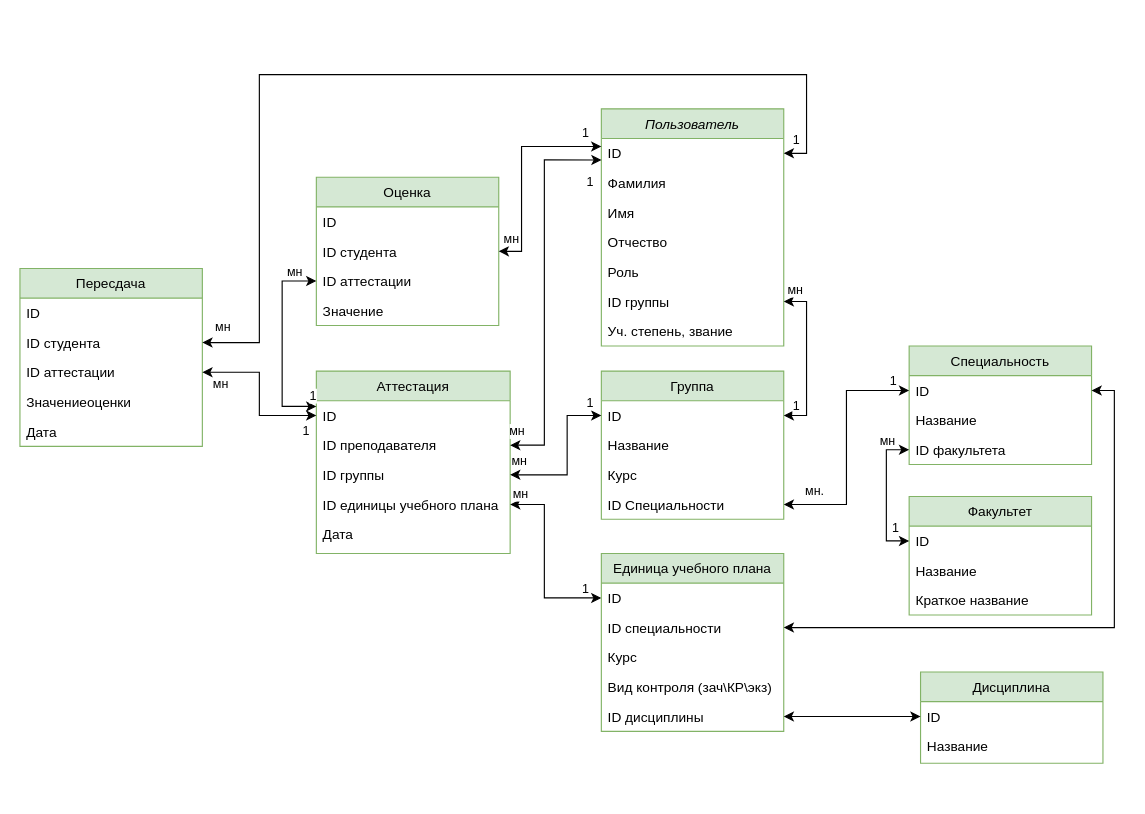
Zemchonak/students-desktop-app keeps this draw.io diagram as page "ER" (1 of 2) of диаграмма.drawio. Above is the earlier version. Source tidied: cells renumbered, new cells numbered last; positions are measured from the earlier drawing's top-left corner, leaving out a move shared by most shapes. Both pictures are drawn from the tidied source at 114%, with x=0, y=0 at pixel (19, 74).
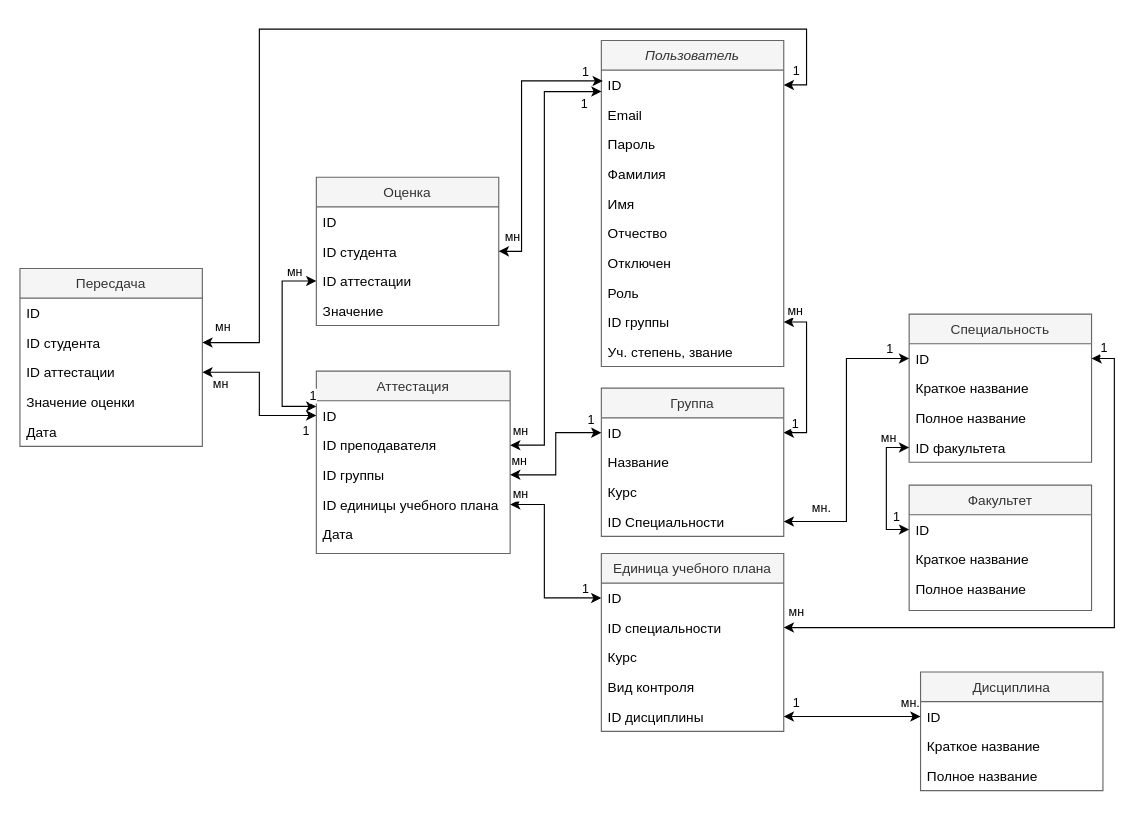
Above is the later version.

Unchanged cells that the change refers to:
```xml
<mxCell id="3" value="ID" style="text;align=left;verticalAlign=top;spacingLeft=4;spacingRight=4;overflow=hidden;points=[[0,0.5],[1,0.5]];portConstraint=eastwest;" parent="2" vertex="1">
  <mxGeometry y="26" width="160" height="26" as="geometry" />
</mxCell>
<mxCell id="11" value="ID" style="text;align=left;verticalAlign=top;spacingLeft=4;spacingRight=4;overflow=hidden;points=[[0,0.5],[1,0.5]];portConstraint=eastwest;" parent="10" vertex="1">
  <mxGeometry y="26" width="160" height="26" as="geometry" />
</mxCell>
<mxCell id="17" value="ID студента" style="text;align=left;verticalAlign=top;spacingLeft=4;spacingRight=4;overflow=hidden;points=[[0,0.5],[1,0.5]];portConstraint=eastwest;" parent="15" vertex="1">
  <mxGeometry y="52" width="160" height="26" as="geometry" />
</mxCell>
<mxCell id="25" value="ID преподавателя" style="text;align=left;verticalAlign=top;spacingLeft=4;spacingRight=4;overflow=hidden;points=[[0,0.5],[1,0.5]];portConstraint=eastwest;" parent="23" vertex="1">
  <mxGeometry y="52" width="170" height="26" as="geometry" />
</mxCell>
<mxCell id="26" value="ID группы" style="text;align=left;verticalAlign=top;spacingLeft=4;spacingRight=4;overflow=hidden;points=[[0,0.5],[1,0.5]];portConstraint=eastwest;" parent="23" vertex="1">
  <mxGeometry y="78" width="170" height="26" as="geometry" />
</mxCell>
<mxCell id="64" style="edgeStyle=orthogonalEdgeStyle;rounded=0;jettySize=auto;html=1;exitX=1;exitY=0.5;exitDx=0;exitDy=0;startArrow=classic;startFill=1;entryX=1;entryY=0.5;entryDx=0;entryDy=0;" parent="1" edge="1" source="45" target="54">
  <mxGeometry relative="1" as="geometry" />
</mxCell>
<mxCell id="65" style="edgeStyle=orthogonalEdgeStyle;rounded=0;jettySize=auto;html=1;exitX=0;exitY=0.5;exitDx=0;exitDy=0;startArrow=classic;startFill=1;" parent="1" edge="1" source="21" target="57">
  <mxGeometry relative="1" as="geometry" />
</mxCell>
<mxCell id="71" value="ID студента" style="text;align=left;verticalAlign=top;spacingLeft=4;spacingRight=4;overflow=hidden;points=[[0,0.5],[1,0.5]];portConstraint=eastwest;" parent="69" vertex="1">
  <mxGeometry y="52" width="160" height="26" as="geometry" />
</mxCell>
```

Change to the diagram source:
```diff
@@
-    <mxCell id="2" value="Пользователь" style="swimlane;fontStyle=2;align=center;verticalAlign=top;horizontal=1;startSize=26;rounded=0;shadow=0;strokeWidth=1;fillColor=#d5e8d4;strokeColor=#82b366;" parent="1" vertex="1">
-      <mxGeometry x="510" y="30" width="160" height="208" as="geometry" />
+    <mxCell id="2" value="Пользователь" style="swimlane;fontStyle=2;align=center;verticalAlign=top;horizontal=1;startSize=26;rounded=0;shadow=0;strokeWidth=1;fillColor=#f5f5f5;strokeColor=#666666;fontColor=#333333;" parent="1" vertex="1">
+      <mxGeometry x="510" y="-30" width="160" height="286" as="geometry" />
     </mxCell>
@@
-    <mxCell id="4" value="Фамилия " style="text;align=left;verticalAlign=top;spacingLeft=4;spacingRight=4;overflow=hidden;" parent="2" vertex="1">
+    <mxCell id="4" value="Email" style="text;align=left;verticalAlign=top;spacingLeft=4;spacingRight=4;overflow=hidden;" parent="2" vertex="1">
       <mxGeometry y="52" width="160" height="26" as="geometry" />
     </mxCell>
+    <mxCell id="81" value="Пароль" style="text;align=left;verticalAlign=top;spacingLeft=4;spacingRight=4;overflow=hidden;" parent="2" vertex="1">
+      <mxGeometry y="78" width="160" height="26" as="geometry" />
+    </mxCell>
+    <mxCell id="82" value="Фамилия " style="text;align=left;verticalAlign=top;spacingLeft=4;spacingRight=4;overflow=hidden;" parent="2" vertex="1">
+      <mxGeometry y="104" width="160" height="26" as="geometry" />
+    </mxCell>
     <mxCell id="5" value="Имя" style="text;align=left;verticalAlign=top;spacingLeft=4;spacingRight=4;overflow=hidden;rounded=0;shadow=0;html=0;" parent="2" vertex="1">
-      <mxGeometry y="78" width="160" height="26" as="geometry" />
+      <mxGeometry y="130" width="160" height="26" as="geometry" />
     </mxCell>
     <mxCell id="6" value="Отчество" style="text;align=left;verticalAlign=top;spacingLeft=4;spacingRight=4;overflow=hidden;rounded=0;shadow=0;html=0;" parent="2" vertex="1">
-      <mxGeometry y="104" width="160" height="26" as="geometry" />
+      <mxGeometry y="156" width="160" height="26" as="geometry" />
     </mxCell>
+    <mxCell id="83" value="Отключен" style="text;align=left;verticalAlign=top;spacingLeft=4;spacingRight=4;overflow=hidden;rounded=0;shadow=0;html=0;" parent="2" vertex="1">
+      <mxGeometry y="182" width="160" height="26" as="geometry" />
+    </mxCell>
     <mxCell id="7" value="Роль" style="text;align=left;verticalAlign=top;spacingLeft=4;spacingRight=4;overflow=hidden;rounded=0;shadow=0;html=0;" parent="2" vertex="1">
-      <mxGeometry y="130" width="160" height="26" as="geometry" />
+      <mxGeometry y="208" width="160" height="26" as="geometry" />
     </mxCell>
     <mxCell id="8" value="ID группы" style="text;align=left;verticalAlign=top;spacingLeft=4;spacingRight=4;overflow=hidden;points=[[0,0.5],[1,0.5]];portConstraint=eastwest;" parent="2" vertex="1">
-      <mxGeometry y="156" width="160" height="26" as="geometry" />
+      <mxGeometry y="234" width="160" height="26" as="geometry" />
     </mxCell>
     <mxCell id="9" value="Уч. степень, звание" style="text;align=left;verticalAlign=top;spacingLeft=4;spacingRight=4;overflow=hidden;rounded=0;shadow=0;html=0;" parent="2" vertex="1">
-      <mxGeometry y="182" width="160" height="26" as="geometry" />
+      <mxGeometry y="260" width="160" height="26" as="geometry" />
     </mxCell>
-    <mxCell id="10" value="Группа" style="swimlane;fontStyle=0;align=center;verticalAlign=top;horizontal=1;startSize=26;rounded=0;shadow=0;strokeWidth=1;fillColor=#d5e8d4;strokeColor=#82b366;" parent="1" vertex="1">
-      <mxGeometry x="510" y="260" width="160" height="130" as="geometry" />
+    <mxCell id="10" value="Группа" style="swimlane;fontStyle=0;align=center;verticalAlign=top;horizontal=1;startSize=26;rounded=0;shadow=0;strokeWidth=1;fillColor=#f5f5f5;strokeColor=#666666;fontColor=#333333;" parent="1" vertex="1">
+      <mxGeometry x="510" y="275" width="160" height="130" as="geometry" />
     </mxCell>
@@
-    <mxCell id="15" value="Оценка" style="swimlane;fontStyle=0;align=center;verticalAlign=top;horizontal=1;startSize=26;rounded=0;shadow=0;strokeWidth=1;fillColor=#d5e8d4;strokeColor=#82b366;" parent="1" vertex="1">
+    <mxCell id="15" value="Оценка" style="swimlane;fontStyle=0;align=center;verticalAlign=top;horizontal=1;startSize=26;rounded=0;shadow=0;strokeWidth=1;fillColor=#f5f5f5;strokeColor=#666666;fontColor=#333333;" parent="1" vertex="1">
       <mxGeometry x="260" y="90" width="160" height="130" as="geometry" />
     </mxCell>
@@
-    <mxCell id="20" value="Дисциплина" style="swimlane;fontStyle=0;align=center;verticalAlign=top;horizontal=1;startSize=26;rounded=0;shadow=0;strokeWidth=1;fillColor=#d5e8d4;strokeColor=#82b366;" parent="1" vertex="1">
-      <mxGeometry x="790" y="524" width="160" height="80" as="geometry" />
+    <mxCell id="20" value="Дисциплина" style="swimlane;fontStyle=0;align=center;verticalAlign=top;horizontal=1;startSize=26;rounded=0;shadow=0;strokeWidth=1;fillColor=#f5f5f5;strokeColor=#666666;fontColor=#333333;" parent="1" vertex="1">
+      <mxGeometry x="790" y="524" width="160" height="104" as="geometry" />
     </mxCell>
@@
-    <mxCell id="22" value="Название" style="text;align=left;verticalAlign=top;spacingLeft=4;spacingRight=4;overflow=hidden;" parent="20" vertex="1">
+    <mxCell id="22" value="Краткое название" style="text;align=left;verticalAlign=top;spacingLeft=4;spacingRight=4;overflow=hidden;" parent="20" vertex="1">
       <mxGeometry y="52" width="160" height="26" as="geometry" />
     </mxCell>
+    <mxCell id="84" value="Полное название" style="text;align=left;verticalAlign=top;spacingLeft=4;spacingRight=4;overflow=hidden;" parent="20" vertex="1">
+      <mxGeometry y="78" width="160" height="26" as="geometry" />
+    </mxCell>
-    <mxCell id="23" value="Аттестация" style="swimlane;fontStyle=0;align=center;verticalAlign=top;horizontal=1;startSize=26;rounded=0;shadow=0;strokeWidth=1;fillColor=#d5e8d4;strokeColor=#82b366;" parent="1" vertex="1">
+    <mxCell id="23" value="Аттестация" style="swimlane;fontStyle=0;align=center;verticalAlign=top;horizontal=1;startSize=26;rounded=0;shadow=0;strokeWidth=1;fillColor=#f5f5f5;strokeColor=#666666;fontColor=#333333;" parent="1" vertex="1">
       <mxGeometry x="260" y="260" width="170" height="160" as="geometry" />
     </mxCell>
@@
     <mxCell id="35" style="edgeStyle=orthogonalEdgeStyle;rounded=0;jettySize=auto;html=1;exitX=1;exitY=0.5;exitDx=0;exitDy=0;entryX=0;entryY=0.5;entryDx=0;entryDy=0;startArrow=classic;startFill=1;" parent="1" edge="1" source="26" target="11">
-      <mxGeometry x="-0.14" y="-35" relative="1" as="geometry">
-        <Array as="points">
-          <mxPoint x="480" y="351" />
-          <mxPoint x="480" y="299" />
-        </Array>
-      </mxGeometry>
+      <mxGeometry relative="1" as="geometry" />
     </mxCell>
@@
     <mxCell id="41" style="edgeStyle=orthogonalEdgeStyle;rounded=0;jettySize=auto;html=1;exitX=1;exitY=0.5;exitDx=0;exitDy=0;startArrow=classic;startFill=1;entryX=0.001;entryY=0.724;entryDx=0;entryDy=0;entryPerimeter=0;" parent="1" edge="1" source="25" target="3">
       <mxGeometry relative="1" as="geometry">
         <Array as="points">
           <mxPoint x="460" y="325" />
-          <mxPoint x="460" y="75" />
+          <mxPoint x="460" y="15" />
+          <mxPoint x="510" y="15" />
         </Array>
       </mxGeometry>
     </mxCell>
@@
     <mxCell id="43" value="1" style="edgeLabel;html=1;align=center;verticalAlign=middle;" parent="41" vertex="1">
       <mxGeometry x="0.94" y="-1" relative="1" as="geometry">
-        <mxPoint y="18" as="offset" />
+        <mxPoint x="-4" y="10" as="offset" />
       </mxGeometry>
     </mxCell>
-    <mxCell id="44" value="Специальность" style="swimlane;fontStyle=0;align=center;verticalAlign=top;horizontal=1;startSize=26;rounded=0;shadow=0;strokeWidth=1;fillColor=#d5e8d4;strokeColor=#82b366;" parent="1" vertex="1">
-      <mxGeometry x="780" y="238" width="160" height="104" as="geometry" />
+    <mxCell id="44" value="Специальность" style="swimlane;fontStyle=0;align=center;verticalAlign=top;horizontal=1;startSize=26;rounded=0;shadow=0;strokeWidth=1;fillColor=#f5f5f5;strokeColor=#666666;fontColor=#333333;" parent="1" vertex="1">
+      <mxGeometry x="780" y="210" width="160" height="130" as="geometry" />
     </mxCell>
@@
-    <mxCell id="46" value="Название" style="text;align=left;verticalAlign=top;spacingLeft=4;spacingRight=4;overflow=hidden;" parent="44" vertex="1">
+    <mxCell id="46" value="Краткое название" style="text;align=left;verticalAlign=top;spacingLeft=4;spacingRight=4;overflow=hidden;" parent="44" vertex="1">
       <mxGeometry y="52" width="160" height="26" as="geometry" />
     </mxCell>
+    <mxCell id="85" value="Полное название" style="text;align=left;verticalAlign=top;spacingLeft=4;spacingRight=4;overflow=hidden;" parent="44" vertex="1">
+      <mxGeometry y="78" width="160" height="26" as="geometry" />
+    </mxCell>
     <mxCell id="47" value="ID факультета" style="text;align=left;verticalAlign=top;spacingLeft=4;spacingRight=4;overflow=hidden;points=[[0,0.5],[1,0.5]];portConstraint=eastwest;" parent="44" vertex="1">
-      <mxGeometry y="78" width="160" height="26" as="geometry" />
+      <mxGeometry y="104" width="160" height="26" as="geometry" />
     </mxCell>
-    <mxCell id="48" value="Факультет" style="swimlane;fontStyle=0;align=center;verticalAlign=top;horizontal=1;startSize=26;rounded=0;shadow=0;strokeWidth=1;fillColor=#d5e8d4;strokeColor=#82b366;" parent="1" vertex="1">
-      <mxGeometry x="780" y="370" width="160" height="104" as="geometry" />
+    <mxCell id="48" value="Факультет" style="swimlane;fontStyle=0;align=center;verticalAlign=top;horizontal=1;startSize=26;rounded=0;shadow=0;strokeWidth=1;fillColor=#f5f5f5;strokeColor=#666666;fontColor=#333333;" parent="1" vertex="1">
+      <mxGeometry x="780" y="360" width="160" height="110" as="geometry" />
     </mxCell>
@@
-    <mxCell id="50" value="Название" style="text;align=left;verticalAlign=top;spacingLeft=4;spacingRight=4;overflow=hidden;" parent="48" vertex="1">
+    <mxCell id="50" value="Краткое название" style="text;align=left;verticalAlign=top;spacingLeft=4;spacingRight=4;overflow=hidden;" parent="48" vertex="1">
       <mxGeometry y="52" width="160" height="26" as="geometry" />
     </mxCell>
-    <mxCell id="51" value="Краткое название" style="text;align=left;verticalAlign=top;spacingLeft=4;spacingRight=4;overflow=hidden;" parent="48" vertex="1">
-      <mxGeometry y="78" width="160" height="26" as="geometry" />
-    </mxCell>
+    <mxCell id="86" value="Полное название" style="text;align=left;verticalAlign=top;spacingLeft=4;spacingRight=4;overflow=hidden;" parent="48" vertex="1">
+      <mxGeometry y="78" width="160" height="26" as="geometry" />
+    </mxCell>
-    <mxCell id="52" value="Единица учебного плана" style="swimlane;fontStyle=0;align=center;verticalAlign=top;horizontal=1;startSize=26;rounded=0;shadow=0;strokeWidth=1;fillColor=#d5e8d4;strokeColor=#82b366;" parent="1" vertex="1">
+    <mxCell id="52" value="Единица учебного плана" style="swimlane;fontStyle=0;align=center;verticalAlign=top;horizontal=1;startSize=26;rounded=0;shadow=0;strokeWidth=1;fillColor=#f5f5f5;strokeColor=#666666;fontColor=#333333;" parent="1" vertex="1">
       <mxGeometry x="510" y="420" width="160" height="156" as="geometry" />
     </mxCell>
@@
-    <mxCell id="56" value="Вид контроля (зач\КР\экз)&#10;" style="text;align=left;verticalAlign=top;spacingLeft=4;spacingRight=4;overflow=hidden;" parent="52" vertex="1">
+    <mxCell id="56" value="Вид контроля&#10;" style="text;align=left;verticalAlign=top;spacingLeft=4;spacingRight=4;overflow=hidden;" parent="52" vertex="1">
       <mxGeometry y="104" width="160" height="26" as="geometry" />
     </mxCell>
@@
+    <mxCell id="87" value="1" style="edgeLabel;html=1;align=center;verticalAlign=middle;" parent="64" vertex="1">
+      <mxGeometry x="-0.84" y="1" relative="1" as="geometry">
+        <mxPoint x="-11" y="-34" as="offset" />
+      </mxGeometry>
+    </mxCell>
+    <mxCell id="88" value="мн" style="edgeLabel;html=1;align=center;verticalAlign=middle;" parent="64" vertex="1">
+      <mxGeometry x="0.93" y="2" relative="1" as="geometry">
+        <mxPoint x="-9" y="-17" as="offset" />
+      </mxGeometry>
+    </mxCell>
@@
+    <mxCell id="89" value="мн." style="edgeLabel;html=1;align=center;verticalAlign=middle;" parent="65" vertex="1">
+      <mxGeometry x="-0.76" y="-1" relative="1" as="geometry">
+        <mxPoint x="4" y="-12" as="offset" />
+      </mxGeometry>
+    </mxCell>
+    <mxCell id="90" value="1" style="edgeLabel;html=1;align=center;verticalAlign=middle;" parent="65" vertex="1">
+      <mxGeometry x="0.8" y="-2" relative="1" as="geometry">
+        <mxPoint x="-2" y="-11" as="offset" />
+      </mxGeometry>
+    </mxCell>
-    <mxCell id="66" style="edgeStyle=orthogonalEdgeStyle;rounded=0;jettySize=auto;html=1;exitX=1;exitY=0.5;exitDx=0;exitDy=0;startArrow=classic;startFill=1;" parent="1" edge="1" source="17">
+    <mxCell id="66" style="edgeStyle=orthogonalEdgeStyle;rounded=0;jettySize=auto;html=1;exitX=1;exitY=0.5;exitDx=0;exitDy=0;startArrow=classic;startFill=1;entryX=0.008;entryY=0.364;entryDx=0;entryDy=0;entryPerimeter=0;" parent="1" edge="1" source="17" target="3">
       <mxGeometry relative="1" as="geometry">
-        <mxPoint x="510" y="63" as="targetPoint" />
         <Array as="points">
           <mxPoint x="440" y="155" />
-          <mxPoint x="440" y="63" />
+          <mxPoint x="440" y="5" />
+          <mxPoint x="511" y="5" />
         </Array>
       </mxGeometry>
     </mxCell>
     <mxCell id="67" value="1" style="edgeLabel;html=1;align=center;verticalAlign=middle;" parent="66" vertex="1">
       <mxGeometry x="0.83" y="-2" relative="1" as="geometry">
-        <mxPoint y="-15" as="offset" />
+        <mxPoint x="5" y="-10" as="offset" />
       </mxGeometry>
     </mxCell>
     <mxCell id="68" value="мн" style="edgeLabel;html=1;align=center;verticalAlign=middle;" parent="66" vertex="1">
       <mxGeometry x="-0.89" y="1" relative="1" as="geometry">
-        <mxPoint y="-11" as="offset" />
+        <mxPoint x="-2" y="-13" as="offset" />
       </mxGeometry>
     </mxCell>
-    <mxCell id="69" value="Пересдача" style="swimlane;fontStyle=0;align=center;verticalAlign=top;horizontal=1;startSize=26;rounded=0;shadow=0;strokeWidth=1;fillColor=#d5e8d4;strokeColor=#82b366;" parent="1" vertex="1">
+    <mxCell id="69" value="Пересдача" style="swimlane;fontStyle=0;align=center;verticalAlign=top;horizontal=1;startSize=26;rounded=0;shadow=0;strokeWidth=1;fillColor=#f5f5f5;strokeColor=#666666;fontColor=#333333;" parent="1" vertex="1">
       <mxGeometry y="170" width="160" height="156" as="geometry" />
     </mxCell>
@@
-    <mxCell id="73" value="Значениеоценки" style="text;align=left;verticalAlign=top;spacingLeft=4;spacingRight=4;overflow=hidden;" parent="69" vertex="1">
+    <mxCell id="73" value="Значение оценки" style="text;align=left;verticalAlign=top;spacingLeft=4;spacingRight=4;overflow=hidden;" parent="69" vertex="1">
       <mxGeometry y="104" width="160" height="26" as="geometry" />
     </mxCell>
@@
     <mxCell id="78" style="edgeStyle=orthogonalEdgeStyle;rounded=0;jettySize=auto;html=1;exitX=1;exitY=0.5;exitDx=0;exitDy=0;entryX=1;entryY=0.5;entryDx=0;entryDy=0;startArrow=classic;startFill=1;" parent="1" edge="1" source="71" target="3">
       <mxGeometry relative="1" as="geometry">
         <Array as="points">
           <mxPoint x="210" y="235" />
-          <mxPoint x="210" />
-          <mxPoint x="690" />
-          <mxPoint x="690" y="69" />
+          <mxPoint x="210" y="-40" />
+          <mxPoint x="690" y="-40" />
+          <mxPoint x="690" y="9" />
         </Array>
       </mxGeometry>
     </mxCell>
```
